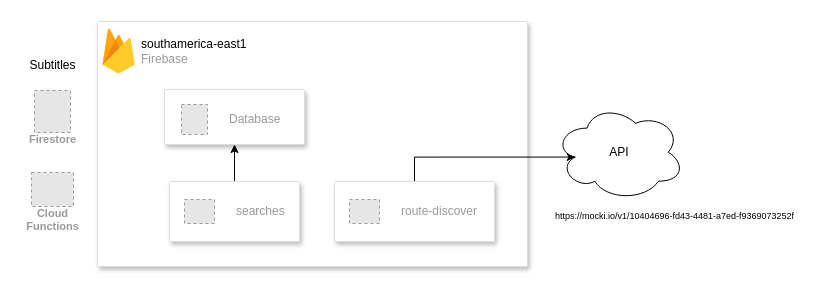
Earlier version of the draw.io diagram backend/Architecture.drawio (brmeloleite01/ateliware-tech-assessment). Source tidied: cells renumbered, new cells numbered last; positions are measured from the earlier drawing's top-left corner, leaving out a move shared by most shapes. Both pictures are drawn from the tidied source at 100%, with x=0, y=0 at pixel (17, 21). Pictures stored in the file or linked from it are replaced by grey dashed boxes.
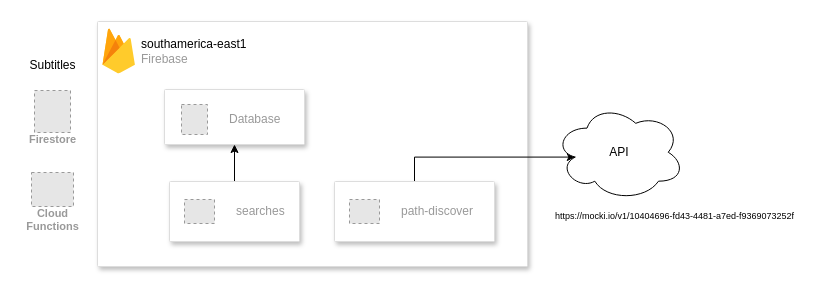
The same page after the edit.

Commit message:
Renaming path discover function

Change to the diagram source:
```diff
@@
 <mxGraphModel>
   <root>
     <mxCell id="0" />
     <mxCell id="1" parent="0" />
     <mxCell id="2" style="strokeColor=#dddddd;shadow=1;strokeWidth=1;rounded=1;absoluteArcSize=1;arcSize=2;" parent="1" vertex="1">
       <mxGeometry x="80" width="430" height="245" as="geometry" />
     </mxCell>
     <mxCell id="3" value="&lt;font color=&quot;#000000&quot;&gt;southamerica-east1&lt;/font&gt;&lt;br&gt;Firebase" style="sketch=0;dashed=0;html=1;fillColor=#5184F3;strokeColor=none;shape=mxgraph.gcp2.firebase;labelPosition=right;verticalLabelPosition=middle;align=left;verticalAlign=middle;spacingLeft=5;fontColor=#999999;fontSize=12;" parent="2" vertex="1">
       <mxGeometry width="32.4" height="45" relative="1" as="geometry">
         <mxPoint x="5" y="7" as="offset" />
       </mxGeometry>
     </mxCell>
     <mxCell id="4" style="edgeStyle=orthogonalEdgeStyle;rounded=0;jettySize=auto;html=1;exitX=0.5;exitY=0;exitDx=0;exitDy=0;entryX=0.5;entryY=1;entryDx=0;entryDy=0;" parent="1" edge="1" source="5" target="10">
       <mxGeometry relative="1" as="geometry" />
     </mxCell>
     <mxCell id="5" style="strokeColor=#dddddd;shadow=1;strokeWidth=1;rounded=1;absoluteArcSize=1;arcSize=2;" parent="1" vertex="1">
       <mxGeometry x="152" y="160" width="130" height="60" as="geometry" />
     </mxCell>
     <mxCell id="6" value="searches" style="fillColor=#E6E6E6;strokeColor=#999999;dashed=1;html=1;fontColor=#999999;verticalLabelPosition=middle;labelBackgroundColor=#ffffff;verticalAlign=middle;labelPosition=right;align=left;spacingLeft=20;" parent="5" vertex="1">
       <mxGeometry width="30" height="24" relative="1" as="geometry">
         <mxPoint x="15" y="18" as="offset" />
       </mxGeometry>
     </mxCell>
     <mxCell id="7" style="edgeStyle=orthogonalEdgeStyle;rounded=0;jettySize=auto;html=1;exitX=0.5;exitY=0;exitDx=0;exitDy=0;entryX=0.16;entryY=0.55;entryDx=0;entryDy=0;entryPerimeter=0;" parent="1" edge="1" source="8" target="15">
       <mxGeometry relative="1" as="geometry" />
     </mxCell>
     <mxCell id="8" style="strokeColor=#dddddd;shadow=1;strokeWidth=1;rounded=1;absoluteArcSize=1;arcSize=2;" parent="1" vertex="1">
       <mxGeometry x="317" y="160" width="160" height="60" as="geometry" />
     </mxCell>
-    <mxCell id="9" value="route-discover" style="fillColor=#E6E6E6;strokeColor=#999999;dashed=1;html=1;fontColor=#999999;verticalLabelPosition=middle;labelBackgroundColor=#ffffff;verticalAlign=middle;labelPosition=right;align=left;spacingLeft=20;" parent="8" vertex="1">
+    <mxCell id="9" value="path-discover" style="fillColor=#E6E6E6;strokeColor=#999999;dashed=1;html=1;fontColor=#999999;verticalLabelPosition=middle;labelBackgroundColor=#ffffff;verticalAlign=middle;labelPosition=right;align=left;spacingLeft=20;" parent="8" vertex="1">
       <mxGeometry width="30" height="24" relative="1" as="geometry">
         <mxPoint x="15" y="18" as="offset" />
       </mxGeometry>
     </mxCell>
     <mxCell id="10" style="strokeColor=#dddddd;shadow=1;strokeWidth=1;rounded=1;absoluteArcSize=1;arcSize=2;" parent="1" vertex="1">
       <mxGeometry x="147" y="68" width="140" height="55" as="geometry" />
     </mxCell>
     <mxCell id="11" value="Database" style="fillColor=#E6E6E6;strokeColor=#999999;dashed=1;html=1;fontColor=#999999;verticalLabelPosition=middle;labelBackgroundColor=#ffffff;verticalAlign=middle;labelPosition=right;align=left;spacingLeft=20;" parent="10" vertex="1">
       <mxGeometry width="26" height="30" relative="1" as="geometry">
         <mxPoint x="17" y="15" as="offset" />
       </mxGeometry>
     </mxCell>
     <mxCell id="12" value="Firestore" style="fillColor=#E6E6E6;strokeColor=#999999;dashed=1;html=1;verticalAlign=top;labelPosition=center;verticalLabelPosition=bottom;align=center;spacingTop=-6;fontSize=11;fontStyle=1;fontColor=#999999;" parent="1" vertex="1">
       <mxGeometry x="17" y="69" width="36" height="42" as="geometry" />
     </mxCell>
     <mxCell id="13" value="Cloud&#10;Functions" style="fillColor=#E6E6E6;strokeColor=#999999;dashed=1;html=1;verticalAlign=top;labelPosition=center;verticalLabelPosition=bottom;align=center;spacingTop=-6;fontSize=11;fontStyle=1;fontColor=#999999;" parent="1" vertex="1">
       <mxGeometry x="14" y="151" width="42" height="34" as="geometry" />
     </mxCell>
     <mxCell id="14" value="Subtitles" style="text;html=1;align=center;verticalAlign=middle;strokeColor=none;fillColor=none;" parent="1" vertex="1">
       <mxGeometry y="29" width="70" height="30" as="geometry" />
     </mxCell>
     <mxCell id="15" value="API" style="ellipse;shape=cloud;whiteSpace=wrap;html=1;" parent="1" vertex="1">
       <mxGeometry x="537" y="82.5" width="130" height="96.5" as="geometry" />
     </mxCell>
     <mxCell id="16" value="&lt;font style=&quot;font-size: 9px;&quot;&gt; https://mocki.io/v1/10404696-fd43-4481-a7ed-f9369073252f&lt;/font&gt;" style="text;html=1;align=center;verticalAlign=middle;strokeColor=none;fillColor=none;" parent="1" vertex="1">
       <mxGeometry x="527" y="179" width="260" height="30" as="geometry" />
     </mxCell>
   </root>
 </mxGraphModel>
```
